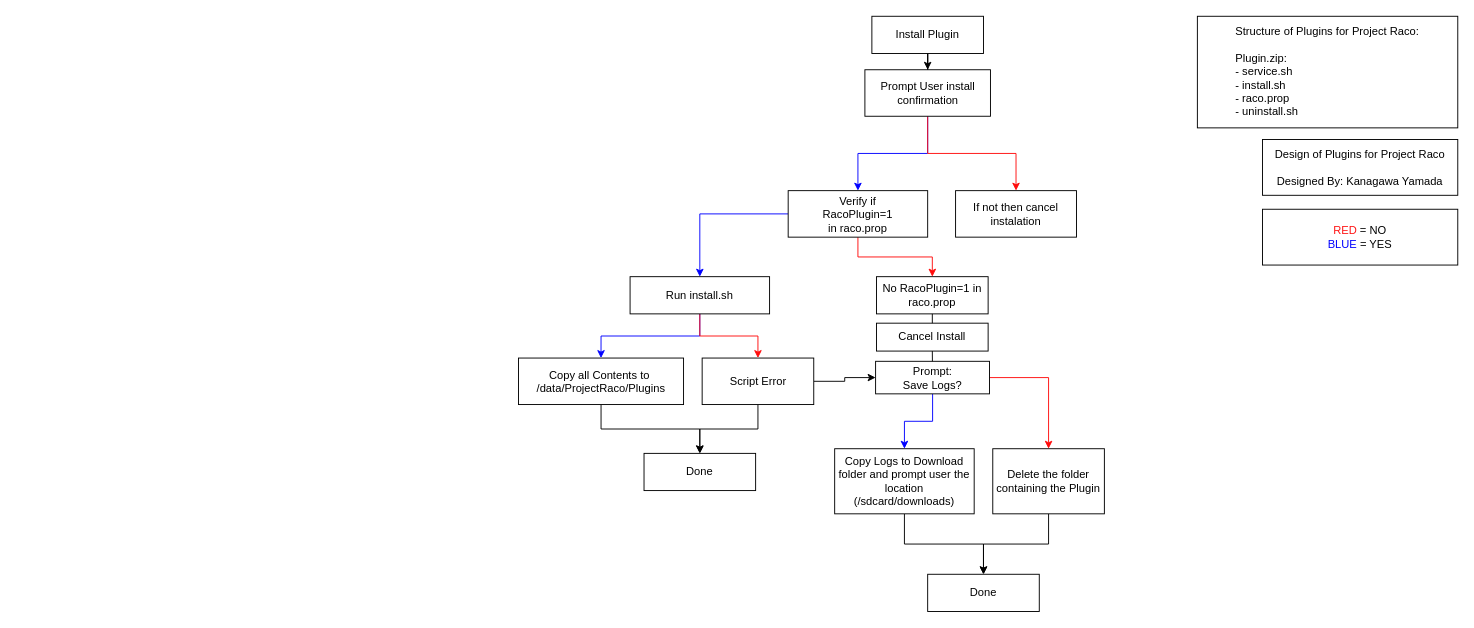
The draw.io diagram Designs/Design of Plugin.drawio in LoggingNewMemory/Project-Raco, before the edit. Source tidied: cells renumbered, new cells numbered last; positions are measured from the earlier drawing's top-left corner, leaving out a move shared by most shapes. Both pictures are drawn from the tidied source at 93%, with x=0, y=0 at pixel (518, 16).
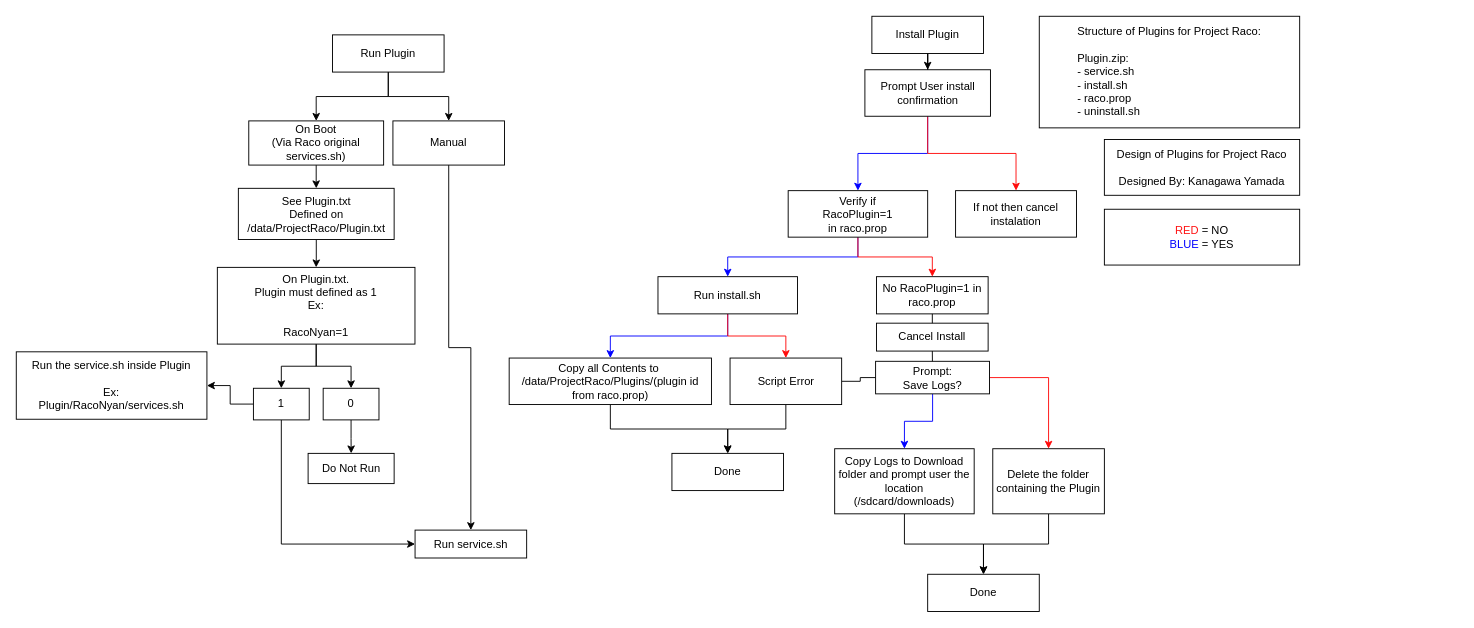
The same diagram, later.

Commit message (it also covers changes not shown here):
Design of Run & Revs of install

The change refers to these unchanged cells:
```xml
<mxCell id="16" value="&lt;div&gt;Prompt:&lt;br&gt;Save Logs?&lt;/div&gt;" style="rounded=0;whiteSpace=wrap;html=1;" parent="1" vertex="1">
  <mxGeometry x="384" y="371" width="122.5" height="35" as="geometry" />
</mxCell>
```

Change to the diagram source:
```diff
@@
     <mxCell id="2" value="Design of Plugins for Project Raco&lt;div&gt;&lt;br&gt;&lt;/div&gt;&lt;div&gt;Designed By: Kanagawa Yamada&lt;/div&gt;" style="rounded=0;whiteSpace=wrap;html=1;" parent="1" vertex="1">
-      <mxGeometry x="800" y="132.5" width="210" height="60" as="geometry" />
+      <mxGeometry x="630" y="132.5" width="210" height="60" as="geometry" />
     </mxCell>
@@
     <mxCell id="12" value="Run install.sh" style="rounded=0;whiteSpace=wrap;html=1;" parent="1" vertex="1">
-      <mxGeometry x="120" y="280" width="150" height="40" as="geometry" />
+      <mxGeometry x="150" y="280" width="150" height="40" as="geometry" />
     </mxCell>
     <mxCell id="13" value="Structure of Plugins for Project Raco:&lt;br&gt;&lt;span style=&quot;background-color: transparent; color: light-dark(rgb(0, 0, 0), rgb(255, 255, 255));&quot;&gt;&lt;br&gt;&lt;div style=&quot;text-align: left;&quot;&gt;&lt;span style=&quot;background-color: transparent; color: light-dark(rgb(0, 0, 0), rgb(255, 255, 255));&quot;&gt;Plugin.zip:&lt;br&gt;&lt;/span&gt;&lt;/div&gt;&lt;div style=&quot;text-align: left;&quot;&gt;&lt;span style=&quot;background-color: transparent; color: light-dark(rgb(0, 0, 0), rgb(255, 255, 255));&quot;&gt;- service.sh&lt;/span&gt;&lt;/div&gt;&lt;div style=&quot;text-align: left;&quot;&gt;&lt;span style=&quot;background-color: transparent; color: light-dark(rgb(0, 0, 0), rgb(255, 255, 255));&quot;&gt;- install.sh&lt;/span&gt;&lt;/div&gt;&lt;div style=&quot;text-align: left;&quot;&gt;&lt;span style=&quot;background-color: transparent; color: light-dark(rgb(0, 0, 0), rgb(255, 255, 255));&quot;&gt;- raco.prop&lt;/span&gt;&lt;/div&gt;&lt;div style=&quot;text-align: left;&quot;&gt;&lt;span style=&quot;background-color: transparent; color: light-dark(rgb(0, 0, 0), rgb(255, 255, 255));&quot;&gt;- uninstall.sh&lt;/span&gt;&lt;/div&gt;&lt;/span&gt;" style="rounded=0;whiteSpace=wrap;html=1;" parent="1" vertex="1">
-      <mxGeometry x="730" width="280" height="120" as="geometry" />
+      <mxGeometry x="560" width="280" height="120" as="geometry" />
     </mxCell>
@@
     <mxCell id="21" value="&lt;font style=&quot;color: rgb(255, 20, 20);&quot;&gt;RED&lt;/font&gt; = NO&lt;div&gt;&lt;font style=&quot;color: rgb(0, 0, 255);&quot;&gt;BLUE&lt;/font&gt; = YES&lt;/div&gt;" style="rounded=0;whiteSpace=wrap;html=1;" parent="1" vertex="1">
-      <mxGeometry x="800" y="207.5" width="210" height="60" as="geometry" />
+      <mxGeometry x="630" y="207.5" width="210" height="60" as="geometry" />
     </mxCell>
@@
-    <mxCell id="25" value="Copy all Contents to&amp;nbsp;&lt;div&gt;/data/ProjectRaco/Plugins&lt;/div&gt;" style="rounded=0;whiteSpace=wrap;html=1;" parent="1" vertex="1">
-      <mxGeometry y="367.5" width="177.5" height="50" as="geometry" />
+    <mxCell id="25" value="Copy all Contents to&amp;nbsp;&lt;div&gt;/data/ProjectRaco/Plugins/(plugin id from raco.prop)&lt;/div&gt;" style="rounded=0;whiteSpace=wrap;html=1;" parent="1" vertex="1">
+      <mxGeometry x="-10" y="367.5" width="217.5" height="50" as="geometry" />
     </mxCell>
+    <mxCell id="27" style="edgeStyle=orthogonalEdgeStyle;rounded=0;jettySize=auto;html=1;" parent="1" edge="1" source="28" target="34">
+      <mxGeometry relative="1" as="geometry" />
+    </mxCell>
-    <mxCell id="26" style="edgeStyle=orthogonalEdgeStyle;rounded=0;jettySize=auto;html=1;" parent="1" edge="1" source="28" target="16">
+    <mxCell id="26" style="edgeStyle=orthogonalEdgeStyle;rounded=0;jettySize=auto;html=1;strokeColor=default;endArrow=none;endFill=0;" parent="1" edge="1" source="28" target="16">
       <mxGeometry relative="1" as="geometry" />
     </mxCell>
-    <mxCell id="27" style="edgeStyle=orthogonalEdgeStyle;rounded=0;jettySize=auto;html=1;" parent="1" edge="1" source="28" target="34">
-      <mxGeometry relative="1" as="geometry" />
-    </mxCell>
     <mxCell id="28" value="Script Error" style="rounded=0;whiteSpace=wrap;html=1;" parent="1" vertex="1">
-      <mxGeometry x="197.5" y="367.5" width="120" height="50" as="geometry" />
+      <mxGeometry x="227.5" y="367.5" width="120" height="50" as="geometry" />
     </mxCell>
@@
     <mxCell id="34" value="Done" style="rounded=0;whiteSpace=wrap;html=1;" parent="1" vertex="1">
-      <mxGeometry x="135" y="470" width="120" height="40" as="geometry" />
+      <mxGeometry x="165" y="470" width="120" height="40" as="geometry" />
     </mxCell>
+    <mxCell id="35" style="edgeStyle=orthogonalEdgeStyle;rounded=0;jettySize=auto;html=1;" parent="1" edge="1" source="37" target="39">
+      <mxGeometry relative="1" as="geometry" />
+    </mxCell>
+    <mxCell id="36" style="edgeStyle=orthogonalEdgeStyle;rounded=0;jettySize=auto;html=1;" parent="1" edge="1" source="37" target="41">
+      <mxGeometry relative="1" as="geometry" />
+    </mxCell>
+    <mxCell id="37" value="Run Plugin" style="rounded=0;whiteSpace=wrap;html=1;" parent="1" vertex="1">
+      <mxGeometry x="-200" y="20" width="120" height="40" as="geometry" />
+    </mxCell>
+    <mxCell id="38" style="edgeStyle=orthogonalEdgeStyle;rounded=0;jettySize=auto;html=1;" parent="1" edge="1" source="39" target="43">
+      <mxGeometry relative="1" as="geometry" />
+    </mxCell>
+    <mxCell id="39" value="On Boot&lt;div&gt;(Via&amp;nbsp;&lt;span style=&quot;background-color: transparent; color: light-dark(rgb(0, 0, 0), rgb(255, 255, 255));&quot;&gt;Raco original services.sh)&lt;/span&gt;&lt;/div&gt;" style="rounded=0;whiteSpace=wrap;html=1;" parent="1" vertex="1">
+      <mxGeometry x="-290" y="112.5" width="145" height="47.5" as="geometry" />
+    </mxCell>
+    <mxCell id="40" style="edgeStyle=orthogonalEdgeStyle;rounded=0;jettySize=auto;html=1;" parent="1" edge="1" source="41" target="54">
+      <mxGeometry relative="1" as="geometry" />
+    </mxCell>
+    <mxCell id="41" value="Manual" style="rounded=0;whiteSpace=wrap;html=1;" parent="1" vertex="1">
+      <mxGeometry x="-135" y="112.5" width="120" height="47.5" as="geometry" />
+    </mxCell>
+    <mxCell id="42" style="edgeStyle=orthogonalEdgeStyle;rounded=0;jettySize=auto;html=1;entryX=0.5;entryY=0;entryDx=0;entryDy=0;" parent="1" edge="1" source="43" target="46">
+      <mxGeometry relative="1" as="geometry" />
+    </mxCell>
+    <mxCell id="43" value="See Plugin.txt&lt;div&gt;Defined on /data/ProjectRaco/Plugin.txt&lt;/div&gt;" style="rounded=0;whiteSpace=wrap;html=1;" parent="1" vertex="1">
+      <mxGeometry x="-301.2" y="185" width="167.5" height="55" as="geometry" />
+    </mxCell>
+    <mxCell id="44" style="edgeStyle=orthogonalEdgeStyle;rounded=0;jettySize=auto;html=1;" parent="1" edge="1" source="46" target="49">
+      <mxGeometry relative="1" as="geometry" />
+    </mxCell>
+    <mxCell id="45" style="edgeStyle=orthogonalEdgeStyle;rounded=0;jettySize=auto;html=1;entryX=0.5;entryY=0;entryDx=0;entryDy=0;" parent="1" edge="1" source="46" target="51">
+      <mxGeometry relative="1" as="geometry" />
+    </mxCell>
+    <mxCell id="46" value="On Plugin.txt.&lt;div&gt;&lt;span style=&quot;background-color: transparent; color: light-dark(rgb(0, 0, 0), rgb(255, 255, 255));&quot;&gt;Plugin must defined as 1&lt;/span&gt;&lt;div&gt;&lt;div&gt;Ex:&lt;/div&gt;&lt;div&gt;&lt;br&gt;&lt;/div&gt;&lt;div&gt;RacoNyan=1&lt;/div&gt;&lt;/div&gt;&lt;/div&gt;" style="rounded=0;whiteSpace=wrap;html=1;" parent="1" vertex="1">
+      <mxGeometry x="-323.8" y="270" width="212.5" height="82.5" as="geometry" />
+    </mxCell>
+    <mxCell id="47" style="edgeStyle=orthogonalEdgeStyle;rounded=0;jettySize=auto;html=1;" parent="1" edge="1" source="49" target="52">
+      <mxGeometry relative="1" as="geometry" />
+    </mxCell>
+    <mxCell id="48" style="edgeStyle=orthogonalEdgeStyle;rounded=0;jettySize=auto;html=1;entryX=0;entryY=0.5;entryDx=0;entryDy=0;" parent="1" edge="1" source="49" target="54">
+      <mxGeometry relative="1" as="geometry">
+        <Array as="points">
+          <mxPoint x="-255" y="567.5" />
+        </Array>
+      </mxGeometry>
+    </mxCell>
+    <mxCell id="49" value="1" style="rounded=0;whiteSpace=wrap;html=1;" parent="1" vertex="1">
+      <mxGeometry x="-285" y="400" width="60" height="34" as="geometry" />
+    </mxCell>
+    <mxCell id="50" style="edgeStyle=orthogonalEdgeStyle;rounded=0;jettySize=auto;html=1;" parent="1" edge="1" source="51" target="53">
+      <mxGeometry relative="1" as="geometry" />
+    </mxCell>
+    <mxCell id="51" value="0" style="rounded=0;whiteSpace=wrap;html=1;" parent="1" vertex="1">
+      <mxGeometry x="-210" y="400" width="60" height="34" as="geometry" />
+    </mxCell>
+    <mxCell id="52" value="Run the service.sh inside Plugin&lt;div&gt;&lt;br&gt;&lt;/div&gt;&lt;div&gt;Ex:&lt;/div&gt;&lt;div&gt;Plugin/RacoNyan/services.sh&lt;/div&gt;" style="rounded=0;whiteSpace=wrap;html=1;" parent="1" vertex="1">
+      <mxGeometry x="-540" y="360.8" width="205" height="72.5" as="geometry" />
+    </mxCell>
+    <mxCell id="53" value="Do Not Run" style="rounded=0;whiteSpace=wrap;html=1;" parent="1" vertex="1">
+      <mxGeometry x="-226.2" y="470" width="92.5" height="32.5" as="geometry" />
+    </mxCell>
+    <mxCell id="54" value="Run service.sh" style="rounded=0;whiteSpace=wrap;html=1;" parent="1" vertex="1">
+      <mxGeometry x="-111.2" y="552.5" width="120" height="30" as="geometry" />
+    </mxCell>
```
